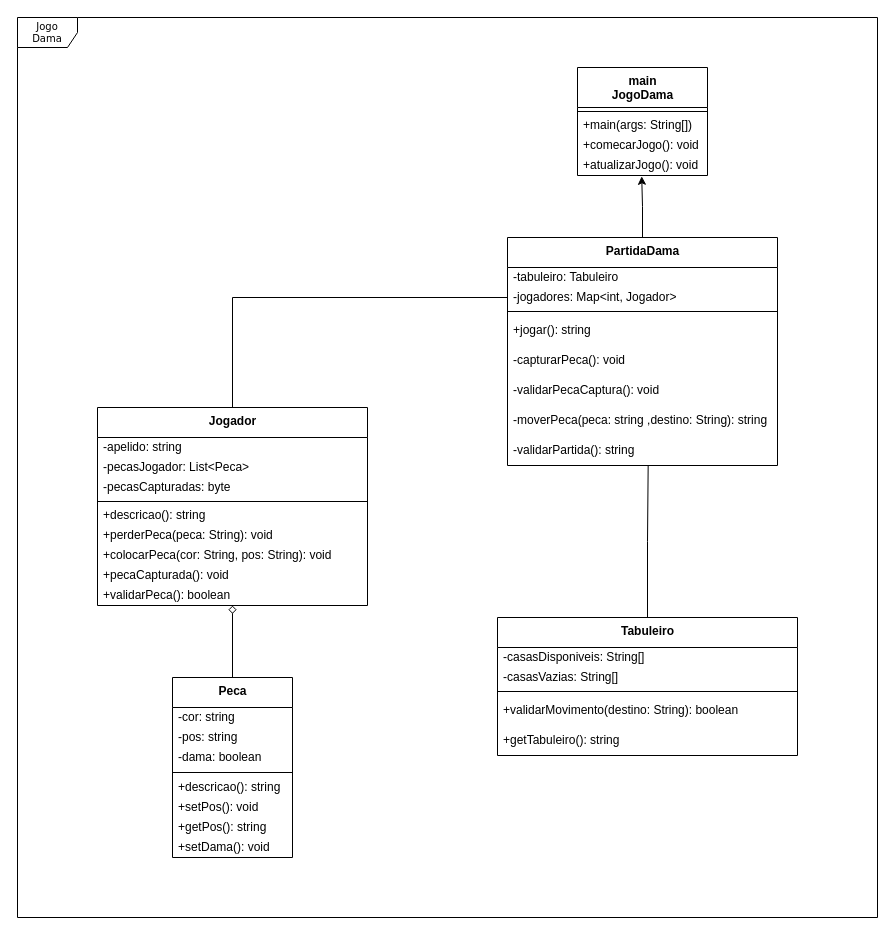
Above: Jogo_Dama.drawio in leoaugusto02/JogoDama (draw.io), before the change. Source tidied: cells renumbered, new cells numbered last; positions are measured from the earlier drawing's top-left corner, leaving out a move shared by most shapes. Both pictures are drawn from the tidied source at 100%, with x=0, y=0 at pixel (17, 17).
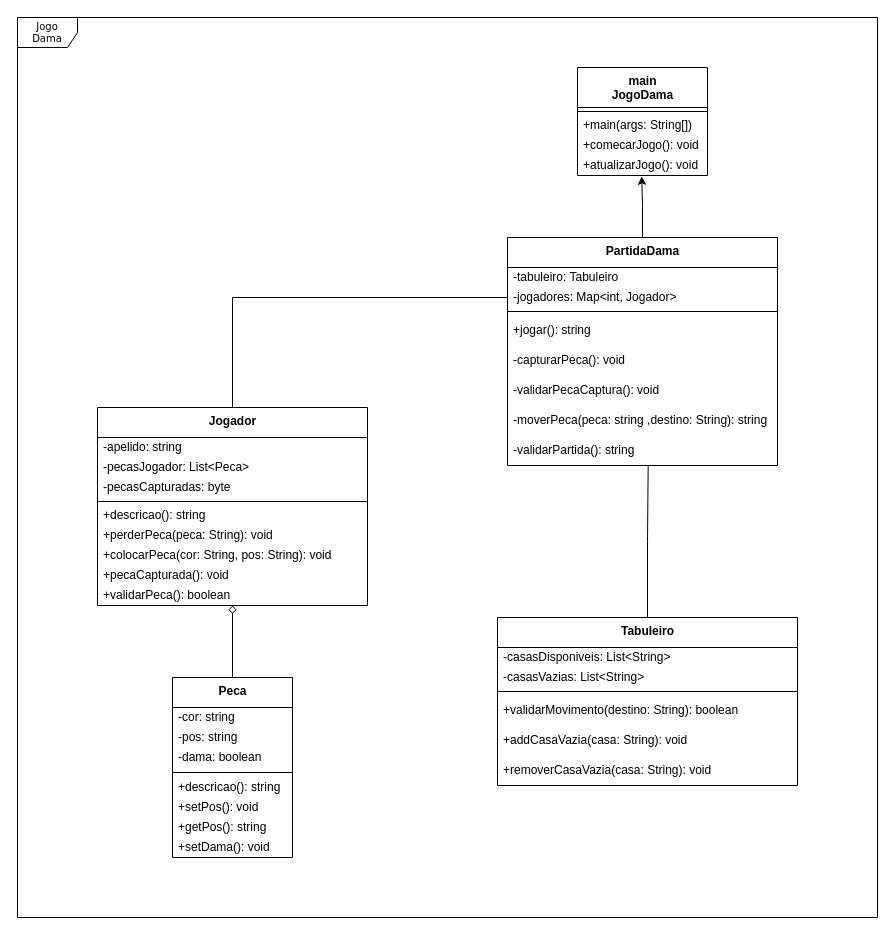
The same page after the edit.

Change to the diagram source:
```diff
@@
     <mxCell id="40" value="&lt;b&gt;Tabuleiro&lt;br&gt;&lt;/b&gt;" style="swimlane;fontStyle=0;align=center;verticalAlign=top;horizontal=1;startSize=30;html=1;" parent="1" vertex="1">
-      <mxGeometry x="480" y="600" width="300" height="138" as="geometry" />
+      <mxGeometry x="480" y="600" width="300" height="168" as="geometry" />
     </mxCell>
-    <mxCell id="41" value="-casasDisponiveis: String[]&amp;nbsp;" style="text;html=1;strokeColor=none;fillColor=none;align=left;verticalAlign=middle;spacingLeft=4;spacingRight=4;overflow=hidden;" parent="40" vertex="1">
+    <mxCell id="41" value="-casasDisponiveis: List&amp;lt;String&amp;gt;&amp;nbsp;" style="text;html=1;strokeColor=none;fillColor=none;align=left;verticalAlign=middle;spacingLeft=4;spacingRight=4;overflow=hidden;" parent="40" vertex="1">
       <mxGeometry y="30" width="300" height="20" as="geometry" />
     </mxCell>
-    <mxCell id="42" value="-casasVazias: String[]&amp;nbsp;" style="text;html=1;strokeColor=none;fillColor=none;align=left;verticalAlign=middle;spacingLeft=4;spacingRight=4;overflow=hidden;" parent="40" vertex="1">
+    <mxCell id="42" value="-casasVazias: List&amp;lt;String&amp;gt;" style="text;html=1;strokeColor=none;fillColor=none;align=left;verticalAlign=middle;spacingLeft=4;spacingRight=4;overflow=hidden;" parent="40" vertex="1">
       <mxGeometry y="50" width="300" height="20" as="geometry" />
     </mxCell>
@@
-    <mxCell id="45" value="+getTabuleiro(): string" style="text;html=1;strokeColor=none;fillColor=none;align=left;verticalAlign=middle;spacingLeft=4;spacingRight=4;overflow=hidden;" parent="40" vertex="1">
-      <mxGeometry y="108" width="300" height="30" as="geometry" />
-    </mxCell>
+    <mxCell id="62" value="+addCasaVazia(casa: String): void" style="text;html=1;strokeColor=none;fillColor=none;align=left;verticalAlign=middle;spacingLeft=4;spacingRight=4;overflow=hidden;" parent="40" vertex="1">
+      <mxGeometry y="108" width="300" height="30" as="geometry" />
+    </mxCell>
+    <mxCell id="63" value="+removerCasaVazia(casa: String): void" style="text;html=1;strokeColor=none;fillColor=none;align=left;verticalAlign=middle;spacingLeft=4;spacingRight=4;overflow=hidden;" parent="40" vertex="1">
+      <mxGeometry y="138" width="300" height="30" as="geometry" />
+    </mxCell>
```
